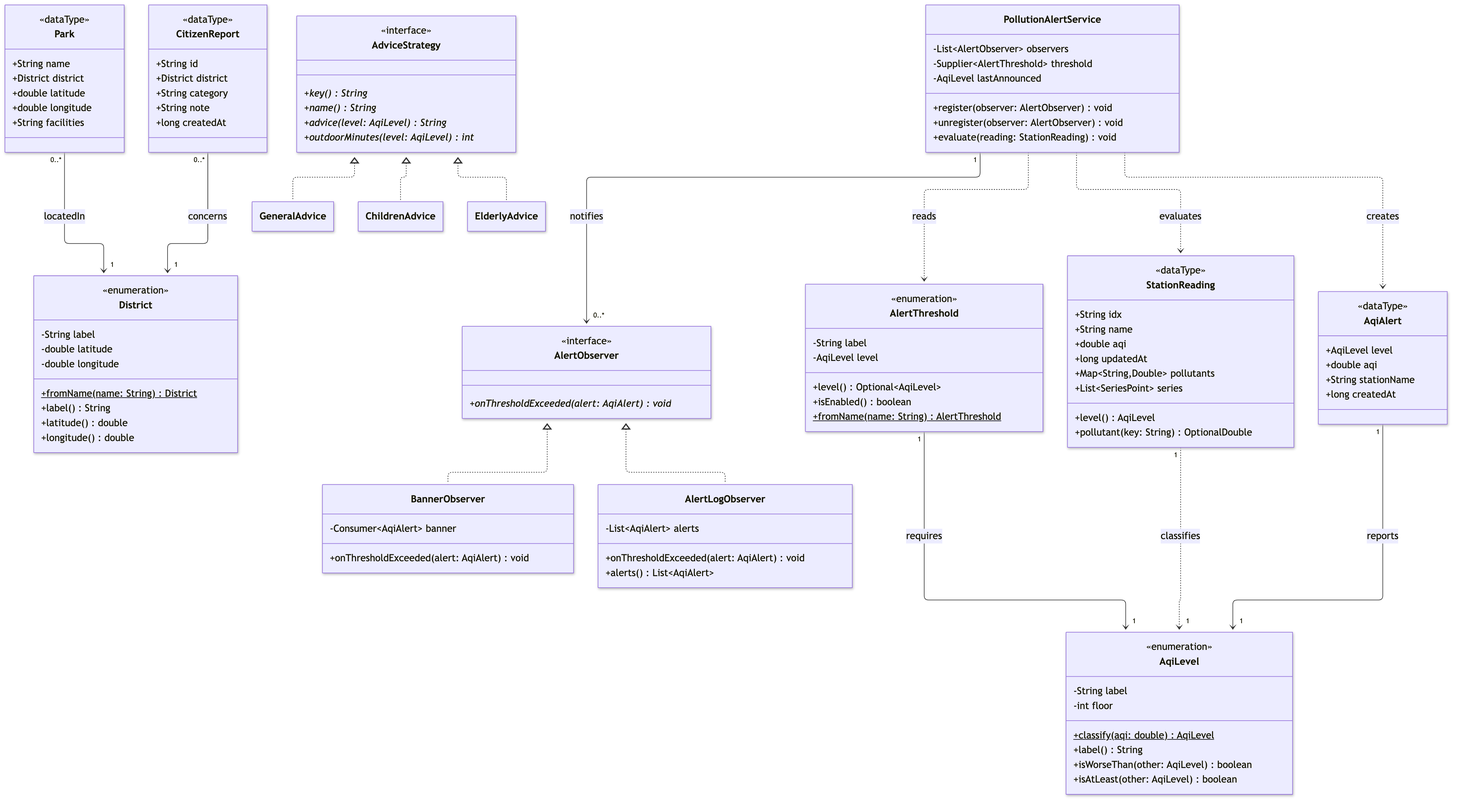
Above: docs/diagrams/class-diagram-core.png in melvinchia3636/sc-assignment (Mermaid), before the change. Its source is kept beside it as docs/diagrams/class-diagram-core.mmd.
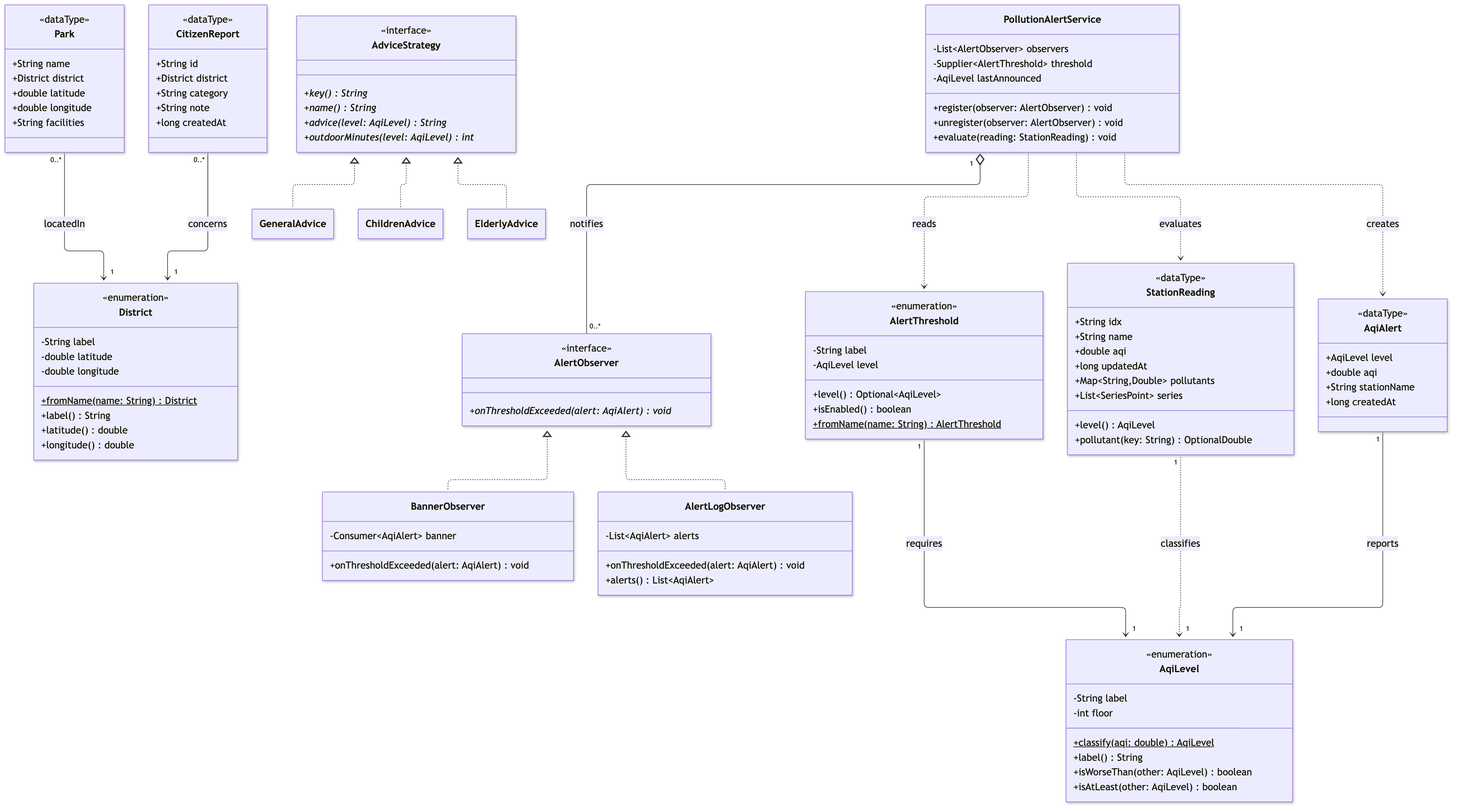
The same file after the commit.

Diff of the diagram source:
```diff
@@ -124,7 +124,7 @@
     CitizenReport "0..*" --> "1" District : concerns
     AlertThreshold "1" --> "1" AqiLevel : requires
     AqiAlert "1" --> "1" AqiLevel : reports
-    PollutionAlertService "1" --> "0..*" AlertObserver : notifies
+    PollutionAlertService "1" o-- "0..*" AlertObserver : notifies
     PollutionAlertService ..> AlertThreshold : reads
     PollutionAlertService ..> StationReading : evaluates
     PollutionAlertService ..> AqiAlert : creates
```
